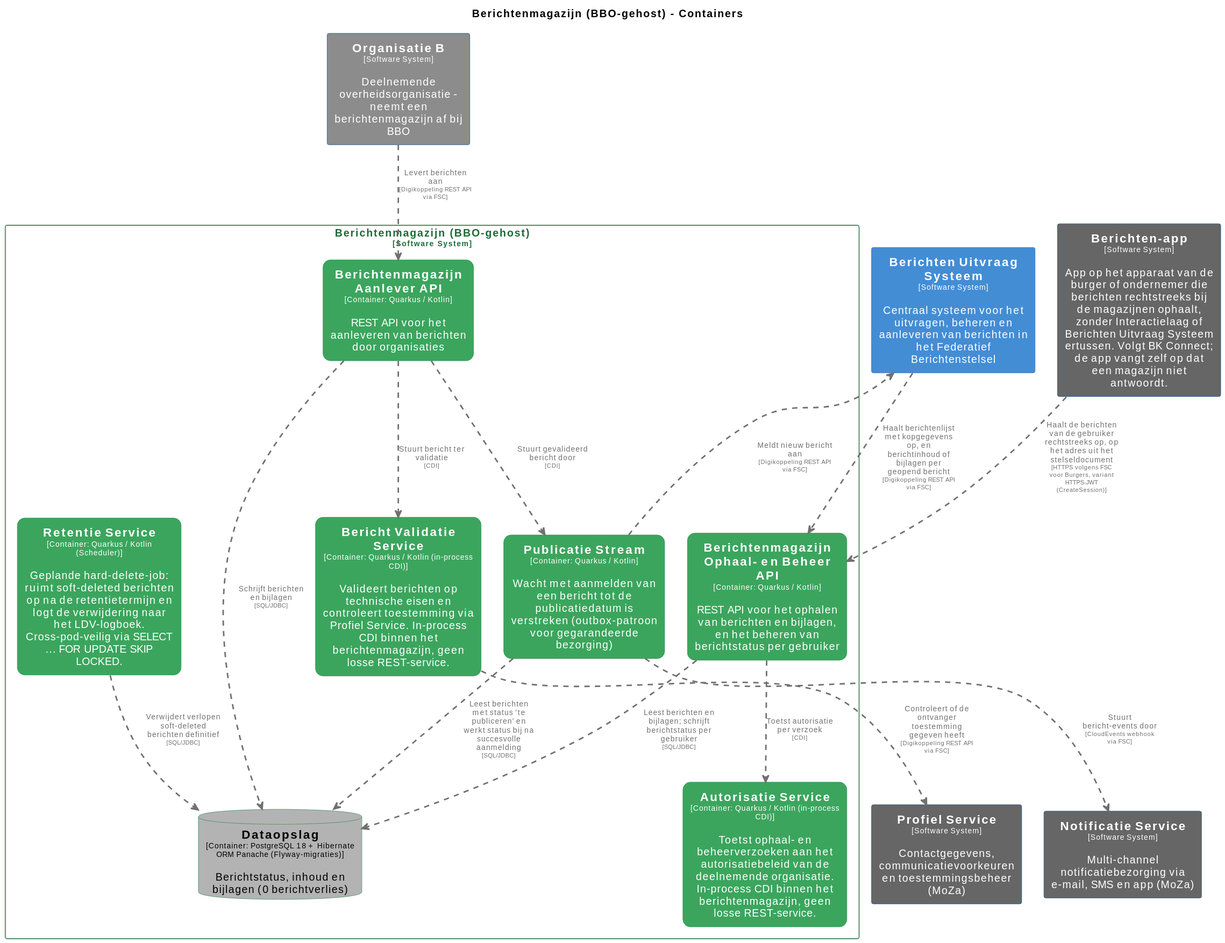
Earlier version of the PlantUML export pr-preview/pr-410/master/svg/BerichtenmagazijnContainers.svg (MinBZK/moza-poc-fbs-berichtenbox). Its source is kept beside it as pr-preview/pr-410/master/puml/BerichtenmagazijnContainers.puml. Source of this version:
```plantuml
@startuml
set separator none
title Berichtenmagazijn (BBO-gehost) - Containers

top to bottom direction
skinparam ranksep 60
skinparam nodesep 30

skinparam {
  arrowFontSize 10
  defaultTextAlignment center
  wrapWidth 200
  maxMessageSize 100
}

hide stereotype

skinparam rectangle<<BerichtenmagazijnBBOgehost.AutorisatieService>> {
  BackgroundColor #3ba55d
  FontColor #ffffff
  BorderColor #2d8a4e
  roundCorner 20
  shadowing false
}
skinparam rectangle<<BerichtenmagazijnBBOgehost.BerichtValidatieService>> {
  BackgroundColor #3ba55d
  FontColor #ffffff
  BorderColor #2d8a4e
  roundCorner 20
  shadowing false
}
skinparam rectangle<<BerichtenUitvraagSysteem>> {
  BackgroundColor #438dd5
  FontColor #ffffff
  BorderColor #2e6295
  shadowing false
}
skinparam rectangle<<Berichtenapp>> {
  BackgroundColor #666666
  FontColor #ffffff
  BorderColor #0b4884
  shadowing false
}
skinparam rectangle<<BerichtenmagazijnBBOgehost.BerichtenmagazijnAanleverAPI>> {
  BackgroundColor #3ba55d
  FontColor #ffffff
  BorderColor #2d8a4e
  roundCorner 20
  shadowing false
}
skinparam rectangle<<BerichtenmagazijnBBOgehost.BerichtenmagazijnOphaalenBeheerAPI>> {
  BackgroundColor #3ba55d
  FontColor #ffffff
  BorderColor #2d8a4e
  roundCorner 20
  shadowing false
}
skinparam database<<BerichtenmagazijnBBOgehost.Dataopslag>> {
  BackgroundColor #b3b3b3
  FontColor #000000
  BorderColor #2d8a4e
  shadowing false
}
skinparam rectangle<<NotificatieService>> {
  BackgroundColor #666666
  FontColor #ffffff
  BorderColor #0b4884
  shadowing false
}
skinparam rectangle<<OrganisatieB>> {
  BackgroundColor #8c8c8c
  FontColor #ffffff
  BorderColor #0b4884
  shadowing false
}
skinparam rectangle<<ProfielService>> {
  BackgroundColor #666666
  FontColor #ffffff
  BorderColor #0b4884
  shadowing false
}
skinparam rectangle<<BerichtenmagazijnBBOgehost.PublicatieStream>> {
  BackgroundColor #3ba55d
  FontColor #ffffff
  BorderColor #2d8a4e
  roundCorner 20
  shadowing false
}
skinparam rectangle<<BerichtenmagazijnBBOgehost.RetentieService>> {
  BackgroundColor #3ba55d
  FontColor #ffffff
  BorderColor #2d8a4e
  roundCorner 20
  shadowing false
}
skinparam rectangle<<BerichtenmagazijnBBOgehost>> {
  BorderColor #1e6b38
  FontColor #1e6b38
  shadowing false
}

rectangle "==Profiel Service\n<size:10>[Software System]</size>\n\nContactgegevens, communicatievoorkeuren en toestemmingsbeheer (MoZa)" <<ProfielService>> as ProfielService
rectangle "==Notificatie Service\n<size:10>[Software System]</size>\n\nMulti-channel notificatiebezorging via e-mail, SMS en app (MoZa)" <<NotificatieService>> as NotificatieService
rectangle "==Organisatie B\n<size:10>[Software System]</size>\n\nDeelnemende overheidsorganisatie - neemt een berichtenmagazijn af bij BBO" <<OrganisatieB>> as OrganisatieB
rectangle "==Berichten Uitvraag Systeem\n<size:10>[Software System]</size>\n\nCentraal systeem voor het uitvragen, beheren en aanleveren van berichten in het Federatief Berichtenstelsel" <<BerichtenUitvraagSysteem>> as BerichtenUitvraagSysteem
rectangle "==Berichten-app\n<size:10>[Software System]</size>\n\nApp op het apparaat van de burger of ondernemer die berichten rechtstreeks bij de magazijnen ophaalt, zonder Interactielaag of Berichten Uitvraag Systeem ertussen. Volgt BK Connect; de app vangt zelf op dat een magazijn niet antwoordt." <<Berichtenapp>> as Berichtenapp

rectangle "Berichtenmagazijn (BBO-gehost)\n<size:10>[Software System]</size>" <<BerichtenmagazijnBBOgehost>> {
  rectangle "==Berichtenmagazijn Ophaal- en Beheer API\n<size:10>[Container: Quarkus / Kotlin]</size>\n\nREST API voor het ophalen van berichten en bijlagen, en het beheren van berichtstatus per gebruiker" <<BerichtenmagazijnBBOgehost.BerichtenmagazijnOphaalenBeheerAPI>> as BerichtenmagazijnBBOgehost.BerichtenmagazijnOphaalenBeheerAPI
  rectangle "==Berichtenmagazijn Aanlever API\n<size:10>[Container: Quarkus / Kotlin]</size>\n\nREST API voor het aanleveren van berichten door organisaties" <<BerichtenmagazijnBBOgehost.BerichtenmagazijnAanleverAPI>> as BerichtenmagazijnBBOgehost.BerichtenmagazijnAanleverAPI
  database "==Dataopslag\n<size:10>[Container: PostgreSQL 18 + Hibernate ORM Panache (Flyway-migraties)]</size>\n\nBerichtstatus, inhoud en bijlagen (0 berichtverlies)" <<BerichtenmagazijnBBOgehost.Dataopslag>> as BerichtenmagazijnBBOgehost.Dataopslag
  rectangle "==Bericht Validatie Service\n<size:10>[Container: Quarkus / Kotlin (in-process CDI)]</size>\n\nValideert berichten op technische eisen en controleert toestemming via Profiel Service. In-process CDI binnen het berichtenmagazijn, geen losse REST-service." <<BerichtenmagazijnBBOgehost.BerichtValidatieService>> as BerichtenmagazijnBBOgehost.BerichtValidatieService
  rectangle "==Publicatie Stream\n<size:10>[Container: Quarkus / Kotlin]</size>\n\nWacht met aanmelden van een bericht tot de publicatiedatum is verstreken (outbox-patroon voor gegarandeerde bezorging)" <<BerichtenmagazijnBBOgehost.PublicatieStream>> as BerichtenmagazijnBBOgehost.PublicatieStream
  rectangle "==Autorisatie Service\n<size:10>[Container: Quarkus / Kotlin (in-process CDI)]</size>\n\nToetst ophaal- en beheerverzoeken aan het autorisatiebeleid van de deelnemende organisatie. In-process CDI binnen het berichtenmagazijn, geen losse REST-service." <<BerichtenmagazijnBBOgehost.AutorisatieService>> as BerichtenmagazijnBBOgehost.AutorisatieService
  rectangle "==Retentie Service\n<size:10>[Container: Quarkus / Kotlin (Scheduler)]</size>\n\nGeplande hard-delete-job: ruimt soft-deleted berichten op na de retentietermijn en logt de verwijdering naar het LDV-logboek. Cross-pod-veilig via SELECT ... FOR UPDATE SKIP LOCKED." <<BerichtenmagazijnBBOgehost.RetentieService>> as BerichtenmagazijnBBOgehost.RetentieService
}

Berichtenapp .[#707070,thickness=2].> BerichtenmagazijnBBOgehost.BerichtenmagazijnOphaalenBeheerAPI : "<color:#707070>Haalt de berichten van de gebruiker rechtstreeks op, op het adres uit het stelseldocument\n<color:#707070><size:8>[HTTPS volgens FSC voor Burgers, variant HTTPS-JWT (CreateSession)]</size>"
BerichtenUitvraagSysteem .[#707070,thickness=2].> BerichtenmagazijnBBOgehost.BerichtenmagazijnOphaalenBeheerAPI : "<color:#707070>Haalt berichtenlijst met kopgegevens op, en berichtinhoud of bijlagen per geopend bericht\n<color:#707070><size:8>[Digikoppeling REST API via FSC]</size>"
BerichtenmagazijnBBOgehost.PublicatieStream .[#707070,thickness=2].> BerichtenUitvraagSysteem : "<color:#707070>Meldt nieuw bericht aan\n<color:#707070><size:8>[Digikoppeling REST API via FSC]</size>"
BerichtenmagazijnBBOgehost.PublicatieStream .[#707070,thickness=2].> NotificatieService : "<color:#707070>Stuurt bericht-events door\n<color:#707070><size:8>[CloudEvents webhook via FSC]</size>"
OrganisatieB .[#707070,thickness=2].> BerichtenmagazijnBBOgehost.BerichtenmagazijnAanleverAPI : "<color:#707070>Levert berichten aan\n<color:#707070><size:8>[Digikoppeling REST API via FSC]</size>"
BerichtenmagazijnBBOgehost.BerichtValidatieService .[#707070,thickness=2].> ProfielService : "<color:#707070>Controleert of de ontvanger toestemming gegeven heeft\n<color:#707070><size:8>[Digikoppeling REST API via FSC]</size>"
BerichtenmagazijnBBOgehost.BerichtenmagazijnOphaalenBeheerAPI .[#707070,thickness=2].> BerichtenmagazijnBBOgehost.Dataopslag : "<color:#707070>Leest berichten en bijlagen; schrijft berichtstatus per gebruiker\n<color:#707070><size:8>[SQL/JDBC]</size>"
BerichtenmagazijnBBOgehost.BerichtenmagazijnAanleverAPI .[#707070,thickness=2].> BerichtenmagazijnBBOgehost.Dataopslag : "<color:#707070>Schrijft berichten en bijlagen\n<color:#707070><size:8>[SQL/JDBC]</size>"
BerichtenmagazijnBBOgehost.BerichtenmagazijnAanleverAPI .[#707070,thickness=2].> BerichtenmagazijnBBOgehost.BerichtValidatieService : "<color:#707070>Stuurt bericht ter validatie\n<color:#707070><size:8>[CDI]</size>"
BerichtenmagazijnBBOgehost.BerichtenmagazijnAanleverAPI .[#707070,thickness=2].> BerichtenmagazijnBBOgehost.PublicatieStream : "<color:#707070>Stuurt gevalideerd bericht door\n<color:#707070><size:8>[CDI]</size>"
BerichtenmagazijnBBOgehost.PublicatieStream .[#707070,thickness=2].> BerichtenmagazijnBBOgehost.Dataopslag : "<color:#707070>Leest berichten met status 'te publiceren' en werkt status bij na succesvolle aanmelding\n<color:#707070><size:8>[SQL/JDBC]</size>"
BerichtenmagazijnBBOgehost.BerichtenmagazijnOphaalenBeheerAPI .[#707070,thickness=2].> BerichtenmagazijnBBOgehost.AutorisatieService : "<color:#707070>Toetst autorisatie per verzoek\n<color:#707070><size:8>[CDI]</size>"
BerichtenmagazijnBBOgehost.RetentieService .[#707070,thickness=2].> BerichtenmagazijnBBOgehost.Dataopslag : "<color:#707070>Verwijdert verlopen soft-deleted berichten definitief\n<color:#707070><size:8>[SQL/JDBC]</size>"
@enduml
```
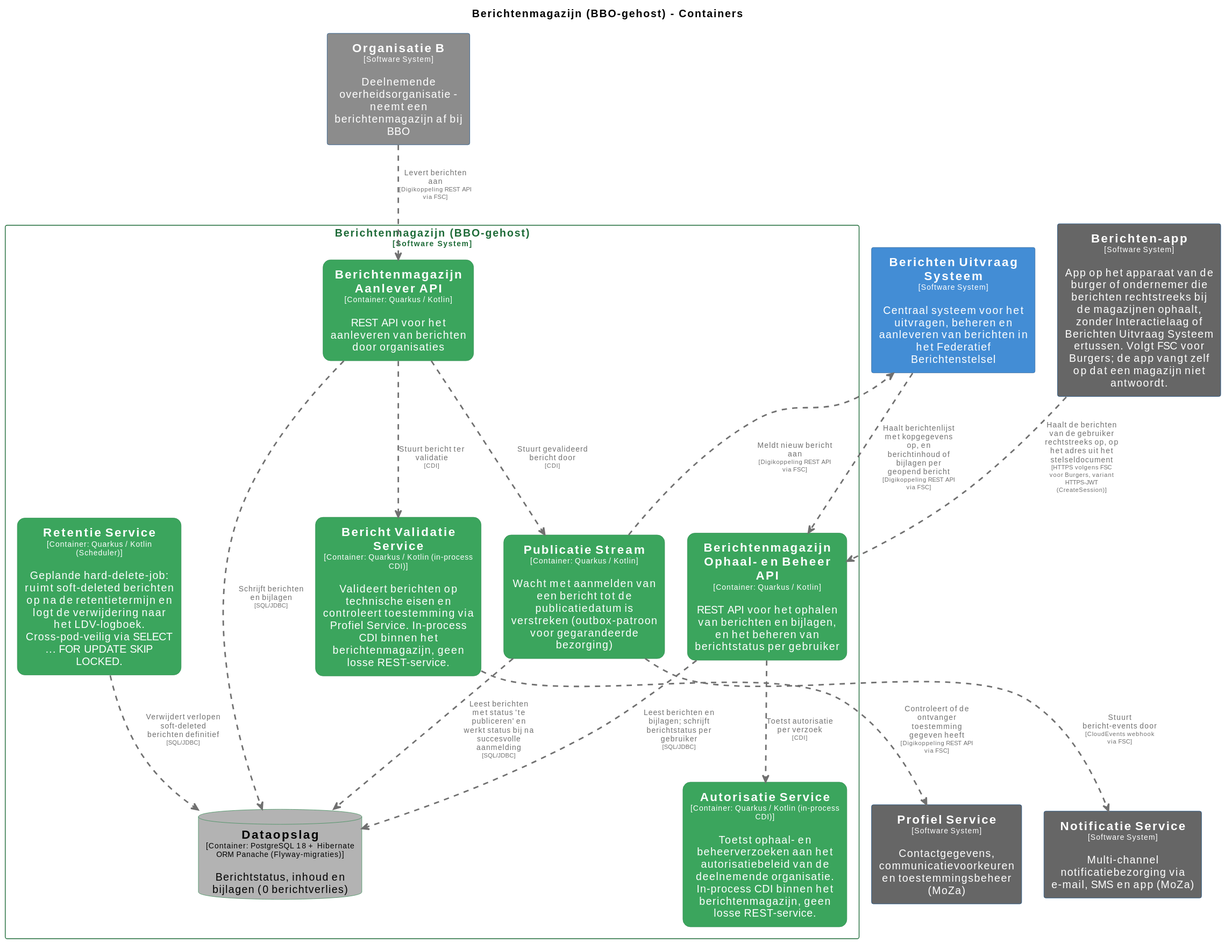
The same diagram one commit later.

The edit, as a diff of the source:
```diff
@@ -103,7 +103,7 @@
 rectangle "==Notificatie Service\n<size:10>[Software System]</size>\n\nMulti-channel notificatiebezorging via e-mail, SMS en app (MoZa)" <<NotificatieService>> as NotificatieService
 rectangle "==Organisatie B\n<size:10>[Software System]</size>\n\nDeelnemende overheidsorganisatie - neemt een berichtenmagazijn af bij BBO" <<OrganisatieB>> as OrganisatieB
 rectangle "==Berichten Uitvraag Systeem\n<size:10>[Software System]</size>\n\nCentraal systeem voor het uitvragen, beheren en aanleveren van berichten in het Federatief Berichtenstelsel" <<BerichtenUitvraagSysteem>> as BerichtenUitvraagSysteem
-rectangle "==Berichten-app\n<size:10>[Software System]</size>\n\nApp op het apparaat van de burger of ondernemer die berichten rechtstreeks bij de magazijnen ophaalt, zonder Interactielaag of Berichten Uitvraag Systeem ertussen. Volgt BK Connect; de app vangt zelf op dat een magazijn niet antwoordt." <<Berichtenapp>> as Berichtenapp
+rectangle "==Berichten-app\n<size:10>[Software System]</size>\n\nApp op het apparaat van de burger of ondernemer die berichten rechtstreeks bij de magazijnen ophaalt, zonder Interactielaag of Berichten Uitvraag Systeem ertussen. Volgt FSC voor Burgers; de app vangt zelf op dat een magazijn niet antwoordt." <<Berichtenapp>> as Berichtenapp
 
 rectangle "Berichtenmagazijn (BBO-gehost)\n<size:10>[Software System]</size>" <<BerichtenmagazijnBBOgehost>> {
   rectangle "==Berichtenmagazijn Ophaal- en Beheer API\n<size:10>[Container: Quarkus / Kotlin]</size>\n\nREST API voor het ophalen van berichten en bijlagen, en het beheren van berichtstatus per gebruiker" <<BerichtenmagazijnBBOgehost.BerichtenmagazijnOphaalenBeheerAPI>> as BerichtenmagazijnBBOgehost.BerichtenmagazijnOphaalenBeheerAPI
```
